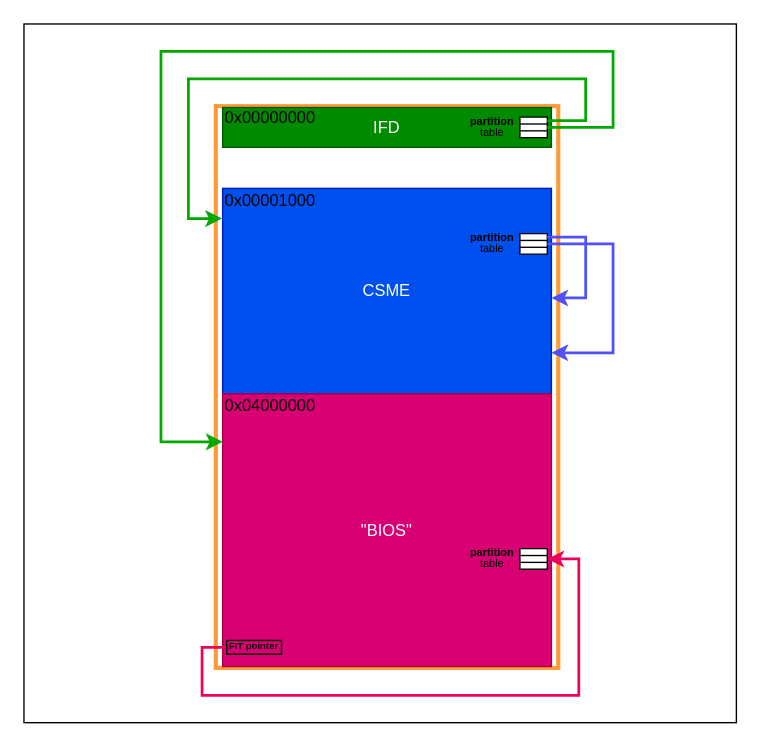
Before: img/intel_flash_partitioning.drawio in fiedka/romulan, a draw.io diagram. Source tidied: cells renumbered, new cells numbered last; positions are measured from the earlier drawing's top-left corner, leaving out a move shared by most shapes. Both pictures are drawn from the tidied source at 137%, with x=0, y=0 at pixel (23, 23).
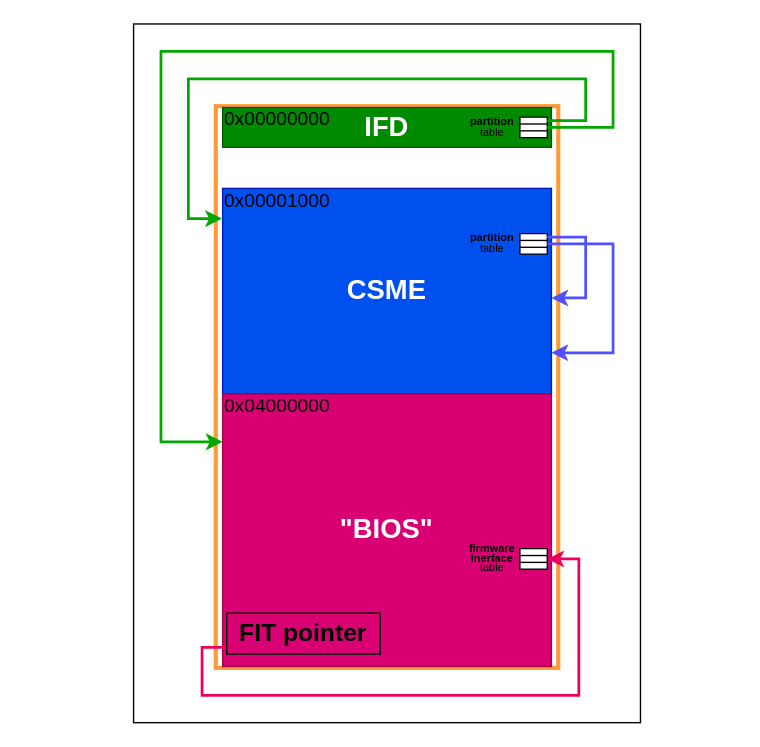
After the change.

Commit message (it also covers changes not shown here):
img: rework Intel flash partitioning with bigger text

The change refers to these unchanged cells:
```xml
<mxCell id="25" style="group;" parent="1" vertex="1">
  <mxGeometry x="322" y="380" width="60" height="20" as="geometry" />
</mxCell>
```

Diff of the diagram source:
```diff
@@
     <mxCell id="2" style="rounded=0;whiteSpace=wrap;html=1;" parent="1" vertex="1">
-      <mxGeometry width="520" height="510" as="geometry" />
+      <mxGeometry x="80" width="370" height="510" as="geometry" />
     </mxCell>
@@
-    <mxCell id="4" value="IFD" style="rounded=0;whiteSpace=wrap;html=1;fillColor=#008a00;fontColor=#ffffff;strokeColor=#005700;" parent="1" vertex="1">
+    <mxCell id="4" value="IFD" style="rounded=0;whiteSpace=wrap;html=1;fillColor=#008a00;fontColor=#ffffff;strokeColor=#005700;fontStyle=1;fontSize=20;spacingBottom=4;" parent="1" vertex="1">
       <mxGeometry x="145" y="61" width="240" height="29" as="geometry" />
     </mxCell>
-    <mxCell id="5" value="CSME" style="rounded=0;whiteSpace=wrap;html=1;fillColor=#0050ef;fontColor=#ffffff;strokeColor=#001DBC;" parent="1" vertex="1">
+    <mxCell id="5" value="CSME" style="rounded=0;whiteSpace=wrap;html=1;fillColor=#0050ef;fontColor=#ffffff;strokeColor=#001DBC;fontStyle=1;fontSize=20;spacingBottom=4;" parent="1" vertex="1">
       <mxGeometry x="145" y="120" width="240" height="150" as="geometry" />
     </mxCell>
-    <mxCell id="6" value="&quot;BIOS&quot;" style="rounded=0;whiteSpace=wrap;html=1;fillColor=#d80073;fontColor=#ffffff;strokeColor=#A50040;" parent="1" vertex="1">
+    <mxCell id="6" value="&quot;BIOS&quot;" style="rounded=0;whiteSpace=wrap;html=1;fillColor=#d80073;fontColor=#ffffff;strokeColor=#A50040;fontStyle=1;fontSize=20;spacingBottom=4;" parent="1" vertex="1">
       <mxGeometry x="145" y="270" width="240" height="199" as="geometry" />
     </mxCell>
@@
-    <mxCell id="33" value="&lt;h5 style=&quot;font-size: 8px; line-height: 90%;&quot;&gt;&lt;font style=&quot;font-size: 8px;&quot;&gt;partition&lt;br&gt;&lt;/font&gt;&lt;span style=&quot;background-color: initial; font-weight: normal;&quot;&gt;table&lt;/span&gt;&lt;/h5&gt;" style="text;html=1;align=center;verticalAlign=middle;whiteSpace=wrap;rounded=0;" parent="25" vertex="1">
+    <mxCell id="33" value="&lt;h5 style=&quot;font-size: 8px; line-height: 90%;&quot;&gt;&lt;font style=&quot;font-size: 8px;&quot;&gt;firmware inerface&lt;br&gt;&lt;/font&gt;&lt;span style=&quot;background-color: initial; font-weight: normal;&quot;&gt;table&lt;/span&gt;&lt;/h5&gt;" style="text;html=1;align=center;verticalAlign=middle;whiteSpace=wrap;rounded=0;" parent="25" vertex="1">
       <mxGeometry width="40" height="20" as="geometry" />
     </mxCell>
@@
-    <mxCell id="35" value="FIT pointer" style="text;html=1;align=center;verticalAlign=middle;whiteSpace=wrap;rounded=0;fontSize=7;fontStyle=1;labelBorderColor=none;strokeColor=default;" parent="1" vertex="1">
-      <mxGeometry x="148" y="450" width="40" height="10" as="geometry" />
+    <mxCell id="35" value="FIT pointer" style="text;html=1;align=center;verticalAlign=middle;whiteSpace=wrap;rounded=0;fontSize=18;fontStyle=1;labelBorderColor=none;strokeColor=default;" parent="1" vertex="1">
+      <mxGeometry x="148" y="430" width="112" height="30" as="geometry" />
     </mxCell>
@@
-    <mxCell id="40" value="0x00001000" style="text;html=1;align=center;verticalAlign=middle;whiteSpace=wrap;rounded=0;" parent="1" vertex="1">
-      <mxGeometry x="145" y="119" width="70" height="20" as="geometry" />
+    <mxCell id="40" value="0x00001000" style="text;html=1;align=center;verticalAlign=middle;whiteSpace=wrap;rounded=0;fontSize=14;" parent="1" vertex="1">
+      <mxGeometry x="150" y="119" width="70" height="20" as="geometry" />
     </mxCell>
-    <mxCell id="41" value="0x04000000" style="text;html=1;align=center;verticalAlign=middle;whiteSpace=wrap;rounded=0;" parent="1" vertex="1">
-      <mxGeometry x="145" y="269" width="70" height="20" as="geometry" />
+    <mxCell id="41" value="0x04000000" style="text;html=1;align=center;verticalAlign=middle;whiteSpace=wrap;rounded=0;fontSize=14;" parent="1" vertex="1">
+      <mxGeometry x="150" y="269" width="70" height="20" as="geometry" />
     </mxCell>
-    <mxCell id="42" value="0x00000000" style="text;html=1;align=center;verticalAlign=middle;whiteSpace=wrap;rounded=0;" parent="1" vertex="1">
-      <mxGeometry x="145" y="59" width="70" height="20" as="geometry" />
+    <mxCell id="42" value="0x00000000" style="text;html=1;align=center;verticalAlign=middle;whiteSpace=wrap;rounded=0;fontSize=14;" parent="1" vertex="1">
+      <mxGeometry x="150" y="59" width="70" height="20" as="geometry" />
     </mxCell>
```
